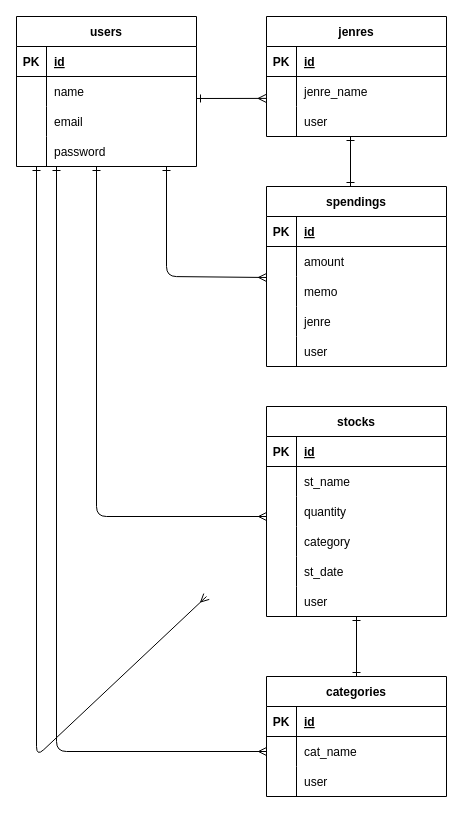
The draw.io diagram finance.dio in sfsf700/finance, before the edit. Source tidied: cells renumbered, new cells numbered last; positions are measured from the earlier drawing's top-left corner, leaving out a move shared by most shapes. Both pictures are drawn from the tidied source at 100%, with x=0, y=0 at pixel (16, 16).
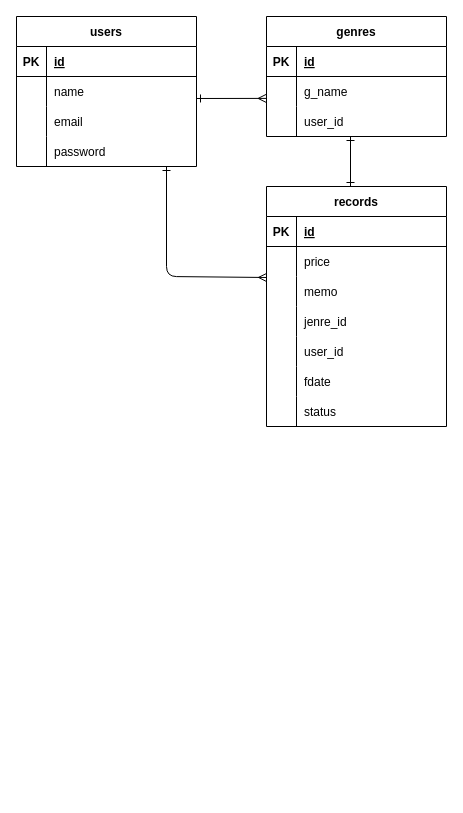
Above is the later version.

Unchanged cells that the change refers to:
```xml
<mxCell id="19" style="shape=tableRow;horizontal=0;startSize=0;swimlaneHead=0;swimlaneBody=0;fillColor=none;points=[[0,0.5],[1,0.5]];portConstraint=eastwest;top=0;left=0;right=0;bottom=0;" parent="15" vertex="1">
  <mxGeometry y="60" width="180" height="30" as="geometry" />
</mxCell>
<mxCell id="22" style="shape=tableRow;horizontal=0;startSize=0;swimlaneHead=0;swimlaneBody=0;fillColor=none;top=0;left=0;right=0;bottom=0;" parent="15" vertex="1">
  <mxGeometry y="90" width="180" height="30" as="geometry" />
</mxCell>
<mxCell id="29" style="shape=tableRow;horizontal=0;startSize=0;swimlaneHead=0;swimlaneBody=0;fillColor=none;top=0;left=0;right=0;bottom=0;" parent="25" vertex="1">
  <mxGeometry y="60" width="180" height="30" as="geometry" />
</mxCell>
<mxCell id="35" style="shape=tableRow;horizontal=0;startSize=0;swimlaneHead=0;swimlaneBody=0;fillColor=none;top=0;left=0;right=0;bottom=0;" parent="25" vertex="1">
  <mxGeometry y="120" width="180" height="30" as="geometry" />
</mxCell>
<mxCell id="38" style="shape=tableRow;horizontal=0;startSize=0;swimlaneHead=0;swimlaneBody=0;fillColor=none;top=0;left=0;right=0;bottom=0;" parent="25" vertex="1">
  <mxGeometry y="150" width="180" height="30" as="geometry" />
</mxCell>
```

What changed in the source:
```diff
@@
-    <mxCell id="15" value="jenres" style="shape=table;startSize=30;childLayout=tableLayout;rowLines=0;fontStyle=1;align=center;" parent="1" vertex="1">
+    <mxCell id="15" value="genres" style="shape=table;startSize=30;childLayout=tableLayout;rowLines=0;fontStyle=1;align=center;" parent="1" vertex="1">
       <mxGeometry x="250" width="180" height="120" as="geometry" />
     </mxCell>
@@
-    <mxCell id="21" value="jenre_name" style="shape=partialRectangle;fillColor=none;top=0;left=0;bottom=0;right=0;align=left;spacingLeft=6;overflow=hidden;" parent="19" vertex="1">
+    <mxCell id="21" value="g_name" style="shape=partialRectangle;fillColor=none;top=0;left=0;bottom=0;right=0;align=left;spacingLeft=6;overflow=hidden;" parent="19" vertex="1">
       <mxGeometry x="30" width="150" height="30" as="geometry" />
     </mxCell>
@@
-    <mxCell id="24" value="user" style="shape=partialRectangle;fillColor=none;top=0;left=0;bottom=0;right=0;align=left;spacingLeft=6;overflow=hidden;" parent="22" vertex="1">
+    <mxCell id="24" value="user_id" style="shape=partialRectangle;fillColor=none;top=0;left=0;bottom=0;right=0;align=left;spacingLeft=6;overflow=hidden;" parent="22" vertex="1">
       <mxGeometry x="30" width="150" height="30" as="geometry" />
     </mxCell>
-    <mxCell id="25" value="spendings" style="shape=table;startSize=30;childLayout=tableLayout;rowLines=0;fontStyle=1;align=center;" parent="1" vertex="1">
-      <mxGeometry x="250" y="170" width="180" height="180" as="geometry" />
+    <mxCell id="25" value="records" style="shape=table;startSize=30;childLayout=tableLayout;rowLines=0;fontStyle=1;align=center;" parent="1" vertex="1">
+      <mxGeometry x="250" y="170" width="180" height="240" as="geometry" />
     </mxCell>
@@
-    <mxCell id="31" value="amount" style="shape=partialRectangle;fillColor=none;top=0;left=0;bottom=0;right=0;align=left;spacingLeft=6;overflow=hidden;" parent="29" vertex="1">
+    <mxCell id="31" value="price" style="shape=partialRectangle;fillColor=none;top=0;left=0;bottom=0;right=0;align=left;spacingLeft=6;overflow=hidden;" parent="29" vertex="1">
       <mxGeometry x="30" width="150" height="30" as="geometry" />
     </mxCell>
@@
-    <mxCell id="37" value="jenre" style="shape=partialRectangle;fillColor=none;top=0;left=0;bottom=0;right=0;align=left;spacingLeft=6;overflow=hidden;" parent="35" vertex="1">
+    <mxCell id="37" value="jenre_id" style="shape=partialRectangle;fillColor=none;top=0;left=0;bottom=0;right=0;align=left;spacingLeft=6;overflow=hidden;" parent="35" vertex="1">
       <mxGeometry x="30" width="150" height="30" as="geometry" />
     </mxCell>
@@
-    <mxCell id="40" value="user" style="shape=partialRectangle;fillColor=none;top=0;left=0;bottom=0;right=0;align=left;spacingLeft=6;overflow=hidden;" parent="38" vertex="1">
+    <mxCell id="40" value="user_id" style="shape=partialRectangle;fillColor=none;top=0;left=0;bottom=0;right=0;align=left;spacingLeft=6;overflow=hidden;" parent="38" vertex="1">
       <mxGeometry x="30" width="150" height="30" as="geometry" />
     </mxCell>
+    <mxCell id="76" style="shape=tableRow;horizontal=0;startSize=0;swimlaneHead=0;swimlaneBody=0;fillColor=none;top=0;left=0;right=0;bottom=0;" parent="25" vertex="1">
+      <mxGeometry y="180" width="180" height="30" as="geometry" />
+    </mxCell>
+    <mxCell id="77" style="shape=partialRectangle;fillColor=none;top=0;left=0;bottom=0;right=0;overflow=hidden;" parent="76" vertex="1">
+      <mxGeometry width="30" height="30" as="geometry" />
+    </mxCell>
+    <mxCell id="78" value="fdate" style="shape=partialRectangle;fillColor=none;top=0;left=0;bottom=0;right=0;align=left;spacingLeft=6;overflow=hidden;" parent="76" vertex="1">
+      <mxGeometry x="30" width="150" height="30" as="geometry" />
+    </mxCell>
+    <mxCell id="79" style="shape=tableRow;horizontal=0;startSize=0;swimlaneHead=0;swimlaneBody=0;fillColor=none;top=0;left=0;right=0;bottom=0;" parent="25" vertex="1">
+      <mxGeometry y="210" width="180" height="30" as="geometry" />
+    </mxCell>
+    <mxCell id="80" style="shape=partialRectangle;fillColor=none;top=0;left=0;bottom=0;right=0;overflow=hidden;" parent="79" vertex="1">
+      <mxGeometry width="30" height="30" as="geometry" />
+    </mxCell>
+    <mxCell id="81" value="status" style="shape=partialRectangle;fillColor=none;top=0;left=0;bottom=0;right=0;align=left;spacingLeft=6;overflow=hidden;" parent="79" vertex="1">
+      <mxGeometry x="30" width="150" height="30" as="geometry" />
+    </mxCell>
@@
-    <mxCell id="43" value="stocks" style="shape=table;startSize=30;childLayout=tableLayout;rowLines=0;fontStyle=1;align=center;" parent="1" vertex="1">
-      <mxGeometry x="250" y="390" width="180" height="210" as="geometry" />
-    </mxCell>
-    <mxCell id="44" style="shape=tableRow;horizontal=0;startSize=0;swimlaneHead=0;swimlaneBody=0;fillColor=none;top=0;left=0;right=0;bottom=1;" parent="43" vertex="1">
-      <mxGeometry y="30" width="180" height="30" as="geometry" />
-    </mxCell>
-    <mxCell id="45" value="PK" style="shape=partialRectangle;fillColor=none;top=0;left=0;bottom=0;right=0;fontStyle=1;overflow=hidden;" parent="44" vertex="1">
-      <mxGeometry width="30" height="30" as="geometry" />
-    </mxCell>
-    <mxCell id="46" value="id" style="shape=partialRectangle;fillColor=none;top=0;left=0;bottom=0;right=0;align=left;spacingLeft=6;fontStyle=5;overflow=hidden;" parent="44" vertex="1">
-      <mxGeometry x="30" width="150" height="30" as="geometry" />
-    </mxCell>
-    <mxCell id="47" style="shape=tableRow;horizontal=0;startSize=0;swimlaneHead=0;swimlaneBody=0;fillColor=none;top=0;left=0;right=0;bottom=0;" parent="43" vertex="1">
-      <mxGeometry y="60" width="180" height="30" as="geometry" />
-    </mxCell>
-    <mxCell id="48" style="shape=partialRectangle;fillColor=none;top=0;left=0;bottom=0;right=0;overflow=hidden;" parent="47" vertex="1">
-      <mxGeometry width="30" height="30" as="geometry" />
-    </mxCell>
-    <mxCell id="49" value="st_name" style="shape=partialRectangle;fillColor=none;top=0;left=0;bottom=0;right=0;align=left;spacingLeft=6;overflow=hidden;" parent="47" vertex="1">
-      <mxGeometry x="30" width="150" height="30" as="geometry" />
-    </mxCell>
-    <mxCell id="50" style="shape=tableRow;horizontal=0;startSize=0;swimlaneHead=0;swimlaneBody=0;fillColor=none;top=0;left=0;right=0;bottom=0;" parent="43" vertex="1">
-      <mxGeometry y="90" width="180" height="30" as="geometry" />
-    </mxCell>
-    <mxCell id="51" style="shape=partialRectangle;fillColor=none;top=0;left=0;bottom=0;right=0;overflow=hidden;" parent="50" vertex="1">
-      <mxGeometry width="30" height="30" as="geometry" />
-    </mxCell>
-    <mxCell id="52" value="quantity" style="shape=partialRectangle;fillColor=none;top=0;left=0;bottom=0;right=0;align=left;spacingLeft=6;overflow=hidden;" parent="50" vertex="1">
-      <mxGeometry x="30" width="150" height="30" as="geometry" />
-    </mxCell>
-    <mxCell id="53" style="shape=tableRow;horizontal=0;startSize=0;swimlaneHead=0;swimlaneBody=0;fillColor=none;top=0;left=0;right=0;bottom=0;" parent="43" vertex="1">
-      <mxGeometry y="120" width="180" height="30" as="geometry" />
-    </mxCell>
-    <mxCell id="54" style="shape=partialRectangle;fillColor=none;top=0;left=0;bottom=0;right=0;overflow=hidden;" parent="53" vertex="1">
-      <mxGeometry width="30" height="30" as="geometry" />
-    </mxCell>
-    <mxCell id="55" value="category" style="shape=partialRectangle;fillColor=none;top=0;left=0;bottom=0;right=0;align=left;spacingLeft=6;overflow=hidden;" parent="53" vertex="1">
-      <mxGeometry x="30" width="150" height="30" as="geometry" />
-    </mxCell>
-    <mxCell id="56" style="shape=tableRow;horizontal=0;startSize=0;swimlaneHead=0;swimlaneBody=0;fillColor=none;top=0;left=0;right=0;bottom=0;" parent="43" vertex="1">
-      <mxGeometry y="150" width="180" height="30" as="geometry" />
-    </mxCell>
-    <mxCell id="57" style="shape=partialRectangle;fillColor=none;top=0;left=0;bottom=0;right=0;overflow=hidden;" parent="56" vertex="1">
-      <mxGeometry width="30" height="30" as="geometry" />
-    </mxCell>
-    <mxCell id="58" value="st_date" style="shape=partialRectangle;fillColor=none;top=0;left=0;bottom=0;right=0;align=left;spacingLeft=6;overflow=hidden;" parent="56" vertex="1">
-      <mxGeometry x="30" width="150" height="30" as="geometry" />
-    </mxCell>
-    <mxCell id="59" style="shape=tableRow;horizontal=0;startSize=0;swimlaneHead=0;swimlaneBody=0;fillColor=none;top=0;left=0;right=0;bottom=0;" parent="43" vertex="1">
-      <mxGeometry y="180" width="180" height="30" as="geometry" />
-    </mxCell>
-    <mxCell id="60" style="shape=partialRectangle;fillColor=none;top=0;left=0;bottom=0;right=0;overflow=hidden;" parent="59" vertex="1">
-      <mxGeometry width="30" height="30" as="geometry" />
-    </mxCell>
-    <mxCell id="61" value="user" style="shape=partialRectangle;fillColor=none;top=0;left=0;bottom=0;right=0;align=left;spacingLeft=6;overflow=hidden;" parent="59" vertex="1">
-      <mxGeometry x="30" width="150" height="30" as="geometry" />
-    </mxCell>
-    <mxCell id="62" style="edgeStyle=none;html=1;endArrow=ERmany;endFill=0;startArrow=ERone;startFill=0;" parent="1" edge="1">
-      <mxGeometry relative="1" as="geometry">
-        <mxPoint x="80" y="150" as="sourcePoint" />
-        <mxPoint x="250" y="500" as="targetPoint" />
-        <Array as="points">
-          <mxPoint x="80" y="500" />
-        </Array>
-      </mxGeometry>
-    </mxCell>
@@
-    <mxCell id="64" value="categories" style="shape=table;startSize=30;childLayout=tableLayout;rowLines=0;fontStyle=1;align=center;" parent="1" vertex="1">
-      <mxGeometry x="250" y="660" width="180" height="120" as="geometry" />
-    </mxCell>
-    <mxCell id="65" style="shape=tableRow;horizontal=0;startSize=0;swimlaneHead=0;swimlaneBody=0;fillColor=none;top=0;left=0;right=0;bottom=1;" parent="64" vertex="1">
-      <mxGeometry y="30" width="180" height="30" as="geometry" />
-    </mxCell>
-    <mxCell id="66" value="PK" style="shape=partialRectangle;fillColor=none;top=0;left=0;bottom=0;right=0;fontStyle=1;overflow=hidden;" parent="65" vertex="1">
-      <mxGeometry width="30" height="30" as="geometry" />
-    </mxCell>
-    <mxCell id="67" value="id" style="shape=partialRectangle;fillColor=none;top=0;left=0;bottom=0;right=0;align=left;spacingLeft=6;fontStyle=5;overflow=hidden;" parent="65" vertex="1">
-      <mxGeometry x="30" width="150" height="30" as="geometry" />
-    </mxCell>
-    <mxCell id="68" style="shape=tableRow;horizontal=0;startSize=0;swimlaneHead=0;swimlaneBody=0;fillColor=none;points=[[0,0.5],[1,0.5]];portConstraint=eastwest;top=0;left=0;right=0;bottom=0;" parent="64" vertex="1">
-      <mxGeometry y="60" width="180" height="30" as="geometry" />
-    </mxCell>
-    <mxCell id="69" style="shape=partialRectangle;fillColor=none;top=0;left=0;bottom=0;right=0;overflow=hidden;" parent="68" vertex="1">
-      <mxGeometry width="30" height="30" as="geometry" />
-    </mxCell>
-    <mxCell id="70" value="cat_name" style="shape=partialRectangle;fillColor=none;top=0;left=0;bottom=0;right=0;align=left;spacingLeft=6;overflow=hidden;" parent="68" vertex="1">
-      <mxGeometry x="30" width="150" height="30" as="geometry" />
-    </mxCell>
-    <mxCell id="71" style="shape=tableRow;horizontal=0;startSize=0;swimlaneHead=0;swimlaneBody=0;fillColor=none;top=0;left=0;right=0;bottom=0;" parent="64" vertex="1">
-      <mxGeometry y="90" width="180" height="30" as="geometry" />
-    </mxCell>
-    <mxCell id="72" style="shape=partialRectangle;fillColor=none;top=0;left=0;bottom=0;right=0;overflow=hidden;" parent="71" vertex="1">
-      <mxGeometry width="30" height="30" as="geometry" />
-    </mxCell>
-    <mxCell id="73" value="user" style="shape=partialRectangle;fillColor=none;top=0;left=0;bottom=0;right=0;align=left;spacingLeft=6;overflow=hidden;" parent="71" vertex="1">
-      <mxGeometry x="30" width="150" height="30" as="geometry" />
-    </mxCell>
-    <mxCell id="74" style="edgeStyle=none;jettySize=auto;html=1;endArrow=ERone;endFill=0;startArrow=ERone;startFill=0;entryX=0.5;entryY=0;entryDx=0;entryDy=0;" parent="1" edge="1" target="64">
-      <mxGeometry relative="1" as="geometry">
-        <mxPoint x="340" y="600" as="sourcePoint" />
-      </mxGeometry>
-    </mxCell>
-    <mxCell id="75" style="edgeStyle=none;html=1;exitX=1;exitY=0.733;exitDx=0;exitDy=0;endArrow=ERmany;endFill=0;startArrow=ERone;startFill=0;exitPerimeter=0;entryX=-0.005;entryY=0.673;entryDx=0;entryDy=0;entryPerimeter=0;" parent="1" edge="1">
-      <mxGeometry relative="1" as="geometry">
-        <mxPoint x="20" y="150" as="sourcePoint" />
-        <mxPoint x="190" y="580" as="targetPoint" />
-        <Array as="points">
-          <mxPoint x="20" y="740" />
-        </Array>
-      </mxGeometry>
-    </mxCell>
-    <mxCell id="76" style="edgeStyle=none;html=1;exitX=1;exitY=0.733;exitDx=0;exitDy=0;endArrow=ERmany;endFill=0;startArrow=ERone;startFill=0;exitPerimeter=0;entryX=0;entryY=0.5;entryDx=0;entryDy=0;" parent="1" edge="1" target="68">
-      <mxGeometry relative="1" as="geometry">
-        <mxPoint x="40" y="150" as="sourcePoint" />
-        <Array as="points">
-          <mxPoint x="40" y="735" />
-        </Array>
-      </mxGeometry>
-    </mxCell>
```
